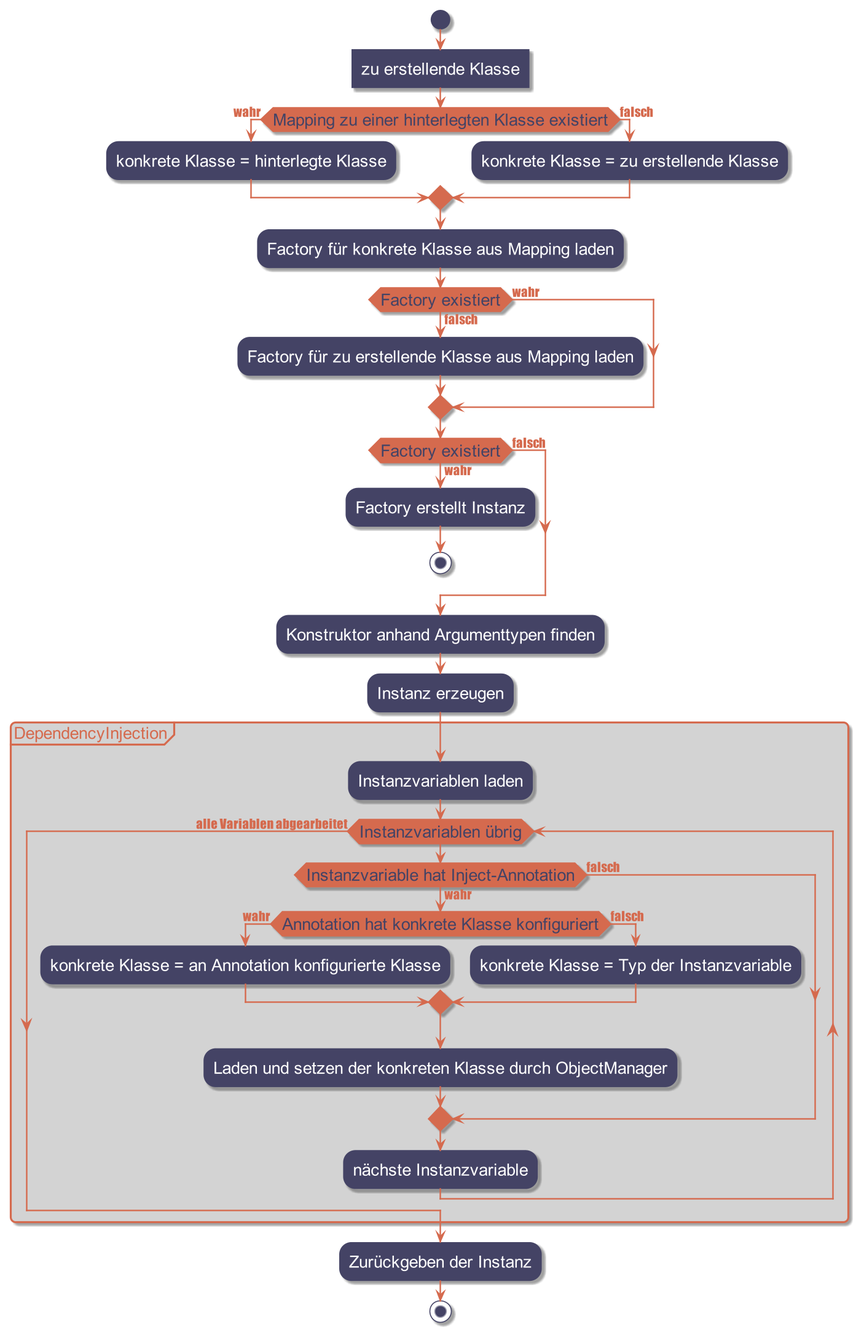
Earlier version of the PlantUML export docs/diagrams/DependencyInjection_easy.png (ulftietze/hoot).
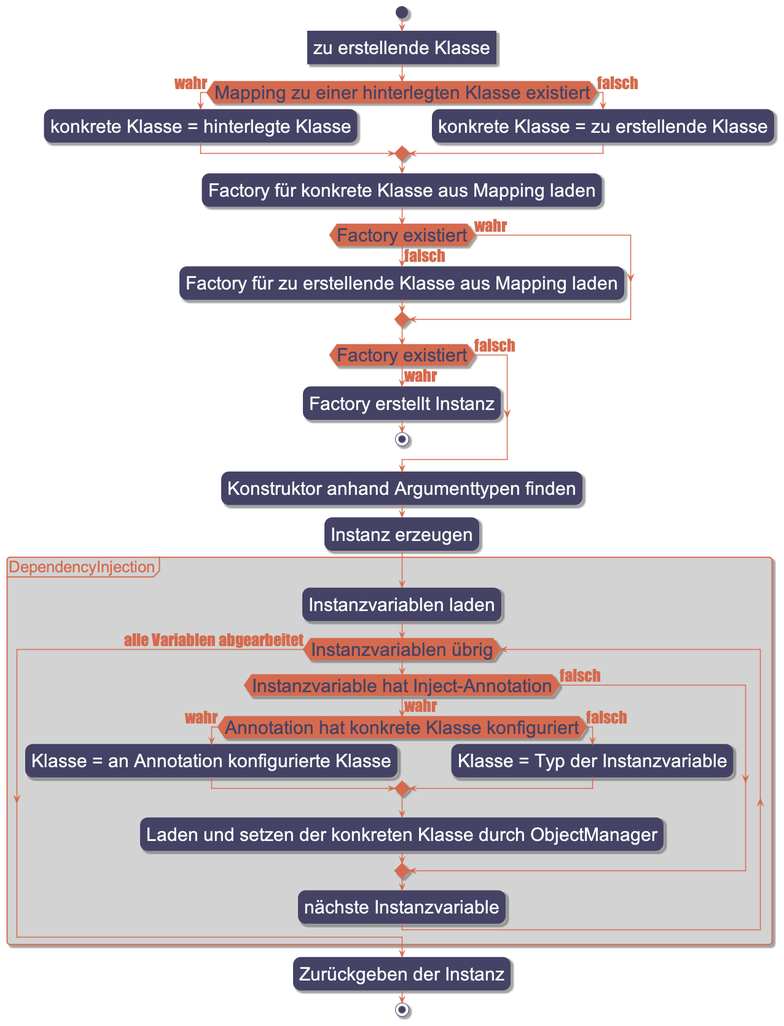
The same file after the commit.

Diff of the diagram source:
```diff
@@ -6,7 +6,7 @@
   BorderColor #444365
   LineColor #444365
   FontColor #FFF
-  FontSize 17
+  FontSize 30
   FontName arial
 
   diamond {
@@ -15,18 +15,18 @@
     LineColor #d56a4e
     FontColor #444365
     FontName arial
-    FontSize 17
+    FontSize 30
   }
   arrow {
     LineColor #d56a4e
     FontColor #d56a4e
     FontName Impact
-    FontSize 13
+    FontSize 26
   }
   partition {
     LineColor #d56a4e
     FontColor #d56a4e
-    FontSize 17
+    FontSize 26
     RoundCorner 10
     BackgroundColor lightgray
   }
@@ -65,9 +65,9 @@
     while (Instanzvariablen übrig)
       if (Instanzvariable hat Inject-Annotation) is (wahr) then
         if (Annotation hat konkrete Klasse konfiguriert) is (wahr) then
-          :konkrete Klasse = an Annotation konfigurierte Klasse;
+          :Klasse = an Annotation konfigurierte Klasse;
         else (falsch)
-          :konkrete Klasse = Typ der Instanzvariable;
+          :Klasse = Typ der Instanzvariable;
         endif
         :Laden und setzen der konkreten Klasse durch ObjectManager;
       else (falsch)
```
